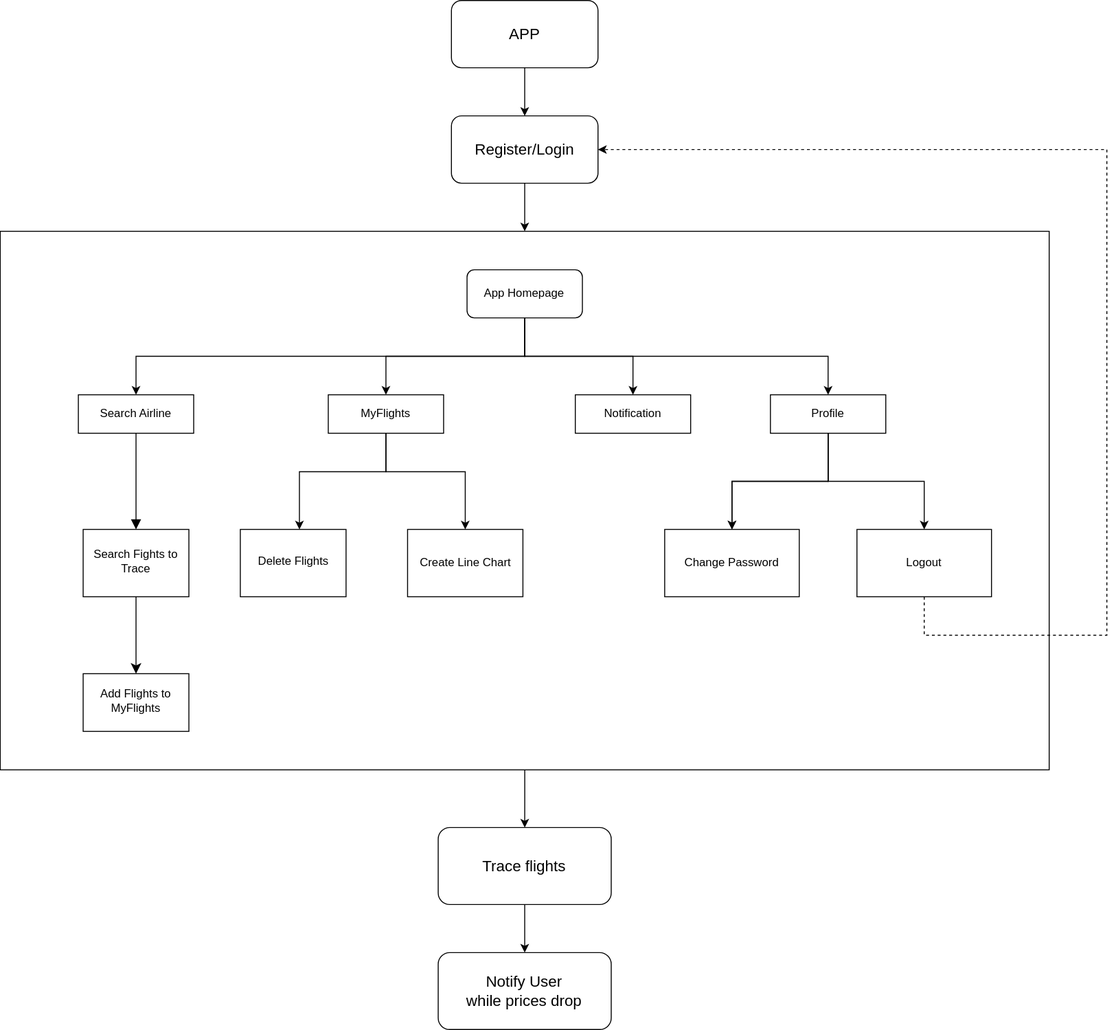
This is diagram/App flow.svg from CY-Marowak/FlightTicketProject, a draw.io export, as it was before one commit. Source tidied: cells renumbered, new cells last; positions are measured from the earlier drawing's top-left corner, leaving out a move shared by most shapes.
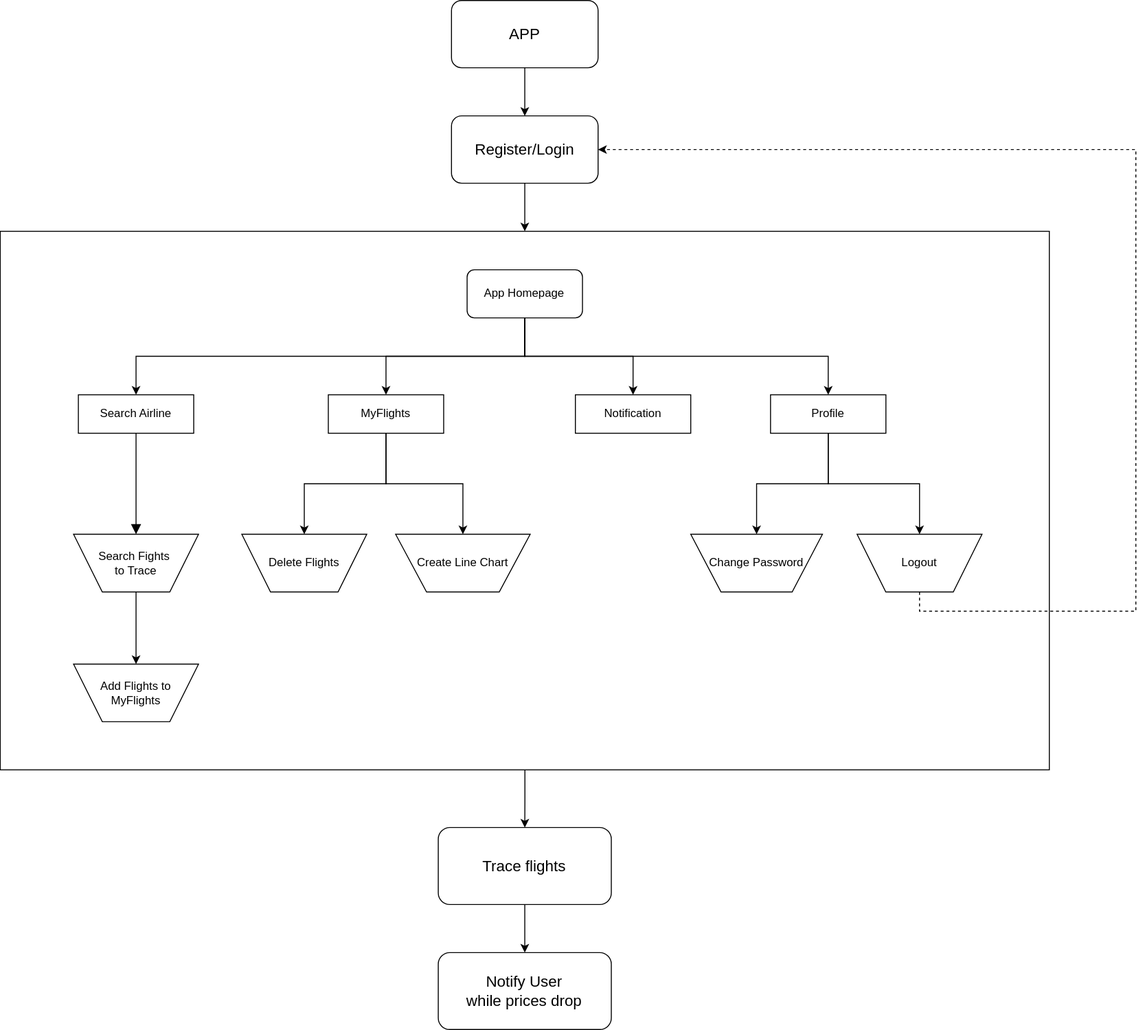
Above is the later version.

What changed in the source:
```diff
@@ -8,21 +8,12 @@
     <mxCell id="3" style="rounded=0;whiteSpace=wrap;html=1;" parent="1" vertex="1">
       <mxGeometry x="-0.2" y="240" width="1091.2" height="560" as="geometry" />
     </mxCell>
-    <mxCell id="4" style="rounded=0;html=1;jettySize=auto;fontSize=11;endArrow=block;endFill=1;endSize=8;strokeWidth=1;shadow=0;labelBackgroundColor=none;edgeStyle=orthogonalEdgeStyle;" parent="1" edge="1" source="5" target="7">
+    <mxCell id="4" style="rounded=0;html=1;jettySize=auto;fontSize=11;endArrow=block;endFill=1;endSize=8;strokeWidth=1;shadow=0;labelBackgroundColor=none;edgeStyle=orthogonalEdgeStyle;entryX=0.5;entryY=1;entryDx=0;entryDy=0;" parent="1" edge="1" source="5" target="7">
       <mxGeometry relative="1" as="geometry" />
     </mxCell>
     <mxCell id="5" value="Search Airline" style="rounded=0;whiteSpace=wrap;html=1;fontSize=12;glass=0;strokeWidth=1;shadow=0;" parent="1" vertex="1">
       <mxGeometry x="81" y="410" width="120" height="40" as="geometry" />
     </mxCell>
-    <mxCell id="6" style="rounded=0;html=1;jettySize=auto;fontSize=11;endArrow=classic;endFill=1;endSize=8;strokeWidth=1;shadow=0;labelBackgroundColor=none;edgeStyle=orthogonalEdgeStyle;exitX=0.5;exitY=1;exitDx=0;exitDy=0;entryX=0.5;entryY=0;entryDx=0;entryDy=0;" parent="1" edge="1" source="7" target="8">
-      <mxGeometry x="0.55" y="35" relative="1" as="geometry" />
-    </mxCell>
-    <mxCell id="7" value="Search Fights to Trace" style="rounded=0;whiteSpace=wrap;html=1;shadow=0;fontFamily=Helvetica;fontSize=12;align=center;strokeWidth=1;spacing=6;spacingTop=-4;" parent="1" vertex="1">
-      <mxGeometry x="86" y="550" width="110" height="70" as="geometry" />
-    </mxCell>
-    <mxCell id="8" value="Add Flights to MyFlights" style="rounded=0;whiteSpace=wrap;html=1;shadow=0;fontFamily=Helvetica;fontSize=12;align=center;strokeWidth=1;spacing=6;spacingTop=-4;" parent="1" vertex="1">
-      <mxGeometry x="86" y="700" width="110" height="60" as="geometry" />
-    </mxCell>
     <mxCell id="9" style="edgeStyle=orthogonalEdgeStyle;rounded=0;jettySize=auto;html=1;exitX=0.5;exitY=1;exitDx=0;exitDy=0;entryX=0.5;entryY=0;entryDx=0;entryDy=0;" parent="1" edge="1" source="10" target="22">
       <mxGeometry relative="1" as="geometry" />
     </mxCell>
@@ -44,28 +35,15 @@
     <mxCell id="15" value="App Homepage" style="rounded=1;whiteSpace=wrap;html=1;fontSize=12;glass=0;strokeWidth=1;shadow=0;" parent="1" vertex="1">
       <mxGeometry x="485.4" y="280" width="120" height="50" as="geometry" />
     </mxCell>
-    <mxCell id="16" style="edgeStyle=orthogonalEdgeStyle;rounded=0;jettySize=auto;html=1;" parent="1" edge="1" source="18" target="19">
-      <mxGeometry relative="1" as="geometry">
-        <Array as="points">
-          <mxPoint x="401" y="490" />
-          <mxPoint x="311" y="490" />
-        </Array>
-      </mxGeometry>
+    <mxCell id="16" style="edgeStyle=orthogonalEdgeStyle;rounded=0;jettySize=auto;html=1;exitX=0.5;exitY=1;exitDx=0;exitDy=0;entryX=0.5;entryY=1;entryDx=0;entryDy=0;" parent="1" edge="1" source="18" target="19">
+      <mxGeometry relative="1" as="geometry" />
     </mxCell>
-    <mxCell id="17" style="edgeStyle=orthogonalEdgeStyle;rounded=0;jettySize=auto;html=1;exitX=0.5;exitY=1;exitDx=0;exitDy=0;entryX=0.5;entryY=0;entryDx=0;entryDy=0;" parent="1" edge="1" source="18" target="23">
-      <mxGeometry relative="1" as="geometry">
-        <Array as="points">
-          <mxPoint x="401" y="490" />
-          <mxPoint x="484" y="490" />
-        </Array>
-      </mxGeometry>
+    <mxCell id="17" style="edgeStyle=orthogonalEdgeStyle;rounded=0;jettySize=auto;html=1;exitX=0.5;exitY=1;exitDx=0;exitDy=0;entryX=0.5;entryY=1;entryDx=0;entryDy=0;" parent="1" edge="1" source="18" target="23">
+      <mxGeometry relative="1" as="geometry" />
     </mxCell>
     <mxCell id="18" value="MyFlights" style="rounded=0;whiteSpace=wrap;html=1;fontSize=12;glass=0;strokeWidth=1;shadow=0;" parent="1" vertex="1">
       <mxGeometry x="341" y="410" width="120" height="40" as="geometry" />
     </mxCell>
-    <mxCell id="19" value="Delete Flights" style="rounded=0;whiteSpace=wrap;html=1;shadow=0;fontFamily=Helvetica;fontSize=12;align=center;strokeWidth=1;spacing=6;spacingTop=-4;" parent="1" vertex="1">
-      <mxGeometry x="249.5" y="550" width="110" height="70" as="geometry" />
-    </mxCell>
     <mxCell id="20" style="edgeStyle=orthogonalEdgeStyle;rounded=0;jettySize=auto;html=1;exitX=0.5;exitY=1;exitDx=0;exitDy=0;entryX=0.5;entryY=0;entryDx=0;entryDy=0;" parent="1" edge="1" source="21" target="3">
       <mxGeometry relative="1" as="geometry" />
     </mxCell>
@@ -75,9 +53,6 @@
     <mxCell id="22" value="&lt;font style=&quot;font-size: 16px;&quot;&gt;Notify User&lt;/font&gt;&lt;div&gt;&lt;font style=&quot;font-size: 16px;&quot;&gt;while prices drop&lt;/font&gt;&lt;/div&gt;" style="rounded=1;whiteSpace=wrap;html=1;fontSize=12;glass=0;strokeWidth=1;shadow=0;" parent="1" vertex="1">
       <mxGeometry x="455.4" y="990" width="180" height="80" as="geometry" />
     </mxCell>
-    <mxCell id="23" value="Create Line Chart" style="rounded=0;whiteSpace=wrap;html=1;" parent="1" vertex="1">
-      <mxGeometry x="423.5" y="550" width="120" height="70" as="geometry" />
-    </mxCell>
     <mxCell id="24" value="Notification" style="rounded=0;whiteSpace=wrap;html=1;" parent="1" vertex="1">
       <mxGeometry x="598" y="410" width="120" height="40" as="geometry" />
     </mxCell>
@@ -87,32 +62,44 @@
     <mxCell id="26" value="&lt;font style=&quot;font-size: 16px;&quot;&gt;APP&lt;/font&gt;" style="rounded=1;whiteSpace=wrap;html=1;" parent="1" vertex="1">
       <mxGeometry x="469.1" width="152.5" height="70" as="geometry" />
     </mxCell>
-    <mxCell id="27" style="edgeStyle=orthogonalEdgeStyle;rounded=0;jettySize=auto;html=1;" parent="1" edge="1" source="30" target="31">
-      <mxGeometry relative="1" as="geometry" />
-    </mxCell>
-    <mxCell id="28" style="edgeStyle=orthogonalEdgeStyle;rounded=0;jettySize=auto;html=1;" parent="1" edge="1" source="30" target="31">
-      <mxGeometry relative="1" as="geometry" />
-    </mxCell>
+    <mxCell id="34" style="edgeStyle=orthogonalEdgeStyle;rounded=0;jettySize=auto;html=1;exitX=0.5;exitY=1;exitDx=0;exitDy=0;entryX=0.5;entryY=1;entryDx=0;entryDy=0;" parent="1" edge="1" source="30" target="31">
+      <mxGeometry relative="1" as="geometry" />
+    </mxCell>
-    <mxCell id="29" style="edgeStyle=orthogonalEdgeStyle;rounded=0;jettySize=auto;html=1;exitX=0.5;exitY=1;exitDx=0;exitDy=0;entryX=0.5;entryY=0;entryDx=0;entryDy=0;" parent="1" edge="1" source="30" target="33">
+    <mxCell id="29" style="edgeStyle=orthogonalEdgeStyle;rounded=0;jettySize=auto;html=1;exitX=0.5;exitY=1;exitDx=0;exitDy=0;entryX=0.5;entryY=1;entryDx=0;entryDy=0;" parent="1" edge="1" source="30" target="33">
       <mxGeometry relative="1" as="geometry" />
     </mxCell>
     <mxCell id="30" value="Profile" style="rounded=0;whiteSpace=wrap;html=1;" parent="1" vertex="1">
       <mxGeometry x="801" y="410" width="120" height="40" as="geometry" />
     </mxCell>
+    <mxCell id="6" style="edgeStyle=orthogonalEdgeStyle;rounded=0;jettySize=auto;html=1;exitX=0.5;exitY=0;exitDx=0;exitDy=0;entryX=0.5;entryY=1;entryDx=0;entryDy=0;" parent="1" edge="1" source="7" target="8">
+      <mxGeometry relative="1" as="geometry" />
+    </mxCell>
+    <mxCell id="7" value="Search Fights&amp;nbsp;&lt;div&gt;to Trace&lt;/div&gt;" style="verticalLabelPosition=middle;verticalAlign=middle;html=1;shape=trapezoid;perimeter=trapezoidPerimeter;whiteSpace=wrap;size=0.23;arcSize=10;flipV=1;labelPosition=center;align=center;legacyAnchorPoints=0;" parent="1" vertex="1">
+      <mxGeometry x="76" y="555" width="130" height="60" as="geometry" />
+    </mxCell>
+    <mxCell id="8" value="Add Flights to MyFlights" style="verticalLabelPosition=middle;verticalAlign=middle;html=1;shape=trapezoid;perimeter=trapezoidPerimeter;whiteSpace=wrap;size=0.23;arcSize=10;flipV=1;labelPosition=center;align=center;legacyAnchorPoints=0;" parent="1" vertex="1">
+      <mxGeometry x="76" y="690" width="130" height="60" as="geometry" />
+    </mxCell>
-    <mxCell id="31" value="Change Password" style="rounded=0;whiteSpace=wrap;html=1;" parent="1" vertex="1">
-      <mxGeometry x="691" y="550" width="140" height="70" as="geometry" />
+    <mxCell id="31" value="Change Password" style="verticalLabelPosition=middle;verticalAlign=middle;html=1;shape=trapezoid;perimeter=trapezoidPerimeter;whiteSpace=wrap;size=0.23;arcSize=10;flipV=1;labelPosition=center;align=center;legacyAnchorPoints=0;" parent="1" vertex="1">
+      <mxGeometry x="718" y="555" width="137" height="60" as="geometry" />
     </mxCell>
+    <mxCell id="23" value="Create Line Chart" style="verticalLabelPosition=middle;verticalAlign=middle;html=1;shape=trapezoid;perimeter=trapezoidPerimeter;whiteSpace=wrap;size=0.23;arcSize=10;flipV=1;labelPosition=center;align=center;legacyAnchorPoints=0;" parent="1" vertex="1">
+      <mxGeometry x="411" y="555" width="140" height="60" as="geometry" />
+    </mxCell>
+    <mxCell id="19" value="Delete Flights" style="verticalLabelPosition=middle;verticalAlign=middle;html=1;shape=trapezoid;perimeter=trapezoidPerimeter;whiteSpace=wrap;size=0.23;arcSize=10;flipV=1;labelPosition=center;align=center;legacyAnchorPoints=0;" parent="1" vertex="1">
+      <mxGeometry x="251" y="555" width="130" height="60" as="geometry" />
+    </mxCell>
-    <mxCell id="32" style="edgeStyle=orthogonalEdgeStyle;rounded=0;jettySize=auto;html=1;exitX=0.5;exitY=1;exitDx=0;exitDy=0;entryX=1;entryY=0.5;entryDx=0;entryDy=0;dashed=1;" parent="1" edge="1" source="33" target="21">
+    <mxCell id="32" style="edgeStyle=orthogonalEdgeStyle;rounded=0;jettySize=auto;html=1;exitX=0.5;exitY=0;exitDx=0;exitDy=0;entryX=1;entryY=0.5;entryDx=0;entryDy=0;dashed=1;" parent="1" edge="1" source="33" target="21">
       <mxGeometry relative="1" as="geometry">
         <Array as="points">
-          <mxPoint x="961" y="660" />
-          <mxPoint x="1151" y="660" />
-          <mxPoint x="1151" y="155" />
+          <mxPoint x="956" y="635" />
+          <mxPoint x="1181" y="635" />
+          <mxPoint x="1181" y="155" />
         </Array>
       </mxGeometry>
     </mxCell>
-    <mxCell id="33" value="Logout" style="rounded=0;whiteSpace=wrap;html=1;" parent="1" vertex="1">
-      <mxGeometry x="891" y="550" width="140" height="70" as="geometry" />
+    <mxCell id="33" value="Logout" style="verticalLabelPosition=middle;verticalAlign=middle;html=1;shape=trapezoid;perimeter=trapezoidPerimeter;whiteSpace=wrap;size=0.23;arcSize=10;flipV=1;labelPosition=center;align=center;legacyAnchorPoints=0;" parent="1" vertex="1">
+      <mxGeometry x="891" y="555" width="130" height="60" as="geometry" />
     </mxCell>
   </root>
 </mxGraphModel>
```
